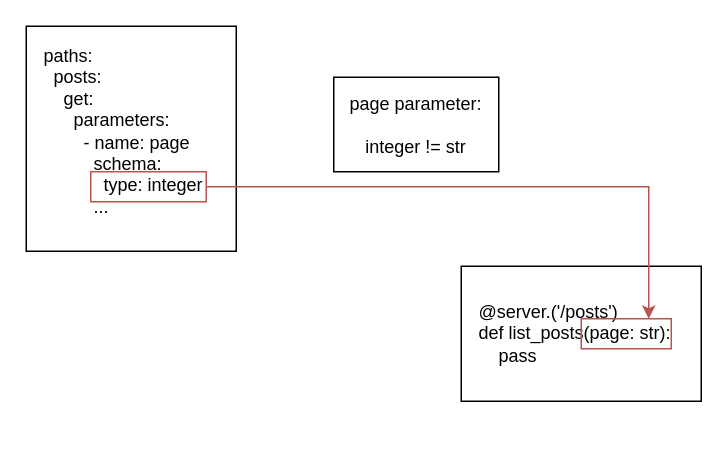
This is page "drift" (1 of 4) of relio.drawio from abunuwas/conferences-images, a draw.io file, before an edit. Source tidied: cells renumbered, new cells numbered last; positions are measured from the earlier drawing's top-left corner, leaving out a move shared by most shapes. Both pictures are drawn from the tidied source at 150%, with x=0, y=0 at pixel (26, 26).
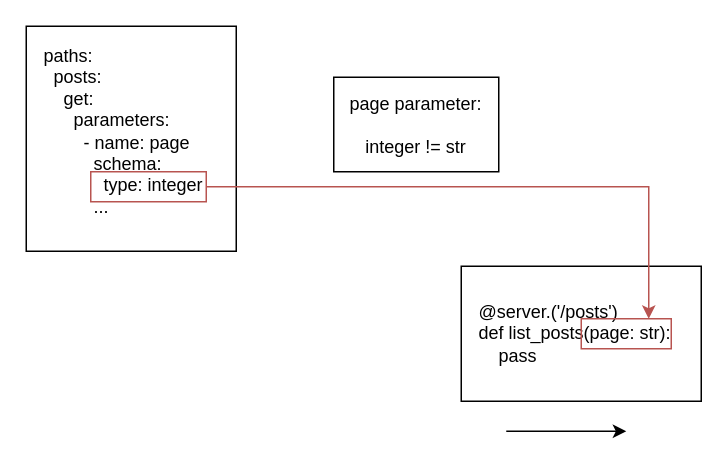
The same page after the edit.

What changed in the source:
```diff
@@
 <mxGraphModel>
   <root>
     <mxCell id="0" />
     <mxCell id="1" parent="0" />
     <mxCell id="2" style="rounded=0;whiteSpace=wrap;html=1;" parent="1" vertex="1">
       <mxGeometry x="290" y="160" width="160" height="90" as="geometry" />
     </mxCell>
     <mxCell id="3" style="rounded=0;whiteSpace=wrap;html=1;" parent="1" vertex="1">
       <mxGeometry width="140" height="150" as="geometry" />
     </mxCell>
     <mxCell id="4" value="@server.('/posts')&lt;br&gt;def list_posts(page: str):&lt;br&gt;&amp;nbsp; &amp;nbsp; pass" style="rounded=0;whiteSpace=wrap;html=1;align=left;strokeColor=none;" parent="1" vertex="1">
       <mxGeometry x="300" y="170" width="140" height="70" as="geometry" />
     </mxCell>
     <mxCell id="5" value="paths:&lt;br&gt;&amp;nbsp; posts:&lt;br&gt;&amp;nbsp; &amp;nbsp; get:&lt;br&gt;&amp;nbsp; &amp;nbsp; &amp;nbsp; parameters:&lt;br&gt;&amp;nbsp; &amp;nbsp; &amp;nbsp; &amp;nbsp; - name: page&lt;br&gt;&amp;nbsp; &amp;nbsp; &amp;nbsp; &amp;nbsp; &amp;nbsp; schema:&lt;br&gt;&amp;nbsp; &amp;nbsp; &amp;nbsp; &amp;nbsp; &amp;nbsp; &amp;nbsp; type: integer&lt;br&gt;&amp;nbsp; &amp;nbsp; &amp;nbsp; &amp;nbsp; &amp;nbsp; ..." style="rounded=0;whiteSpace=wrap;html=1;align=left;strokeColor=none;" parent="1" vertex="1">
       <mxGeometry x="10" y="10" width="110" height="120" as="geometry" />
     </mxCell>
     <mxCell id="6" style="edgeStyle=orthogonalEdgeStyle;rounded=0;jettySize=auto;html=1;entryX=0.75;entryY=0;entryDx=0;entryDy=0;fillColor=#f8cecc;strokeColor=#b85450;" parent="1" edge="1" source="7" target="8">
       <mxGeometry relative="1" as="geometry" />
     </mxCell>
     <mxCell id="7" style="rounded=0;whiteSpace=wrap;html=1;fillColor=none;strokeColor=#b85450;" parent="1" vertex="1">
       <mxGeometry x="43" y="97" width="77" height="20" as="geometry" />
     </mxCell>
     <mxCell id="8" style="rounded=0;whiteSpace=wrap;html=1;fillColor=none;strokeColor=#b85450;" parent="1" vertex="1">
       <mxGeometry x="370" y="195" width="60" height="20" as="geometry" />
     </mxCell>
     <mxCell id="9" value="page parameter:&lt;br&gt;&lt;br&gt;integer != str" style="rounded=0;whiteSpace=wrap;html=1;" parent="1" vertex="1">
       <mxGeometry x="205" y="34" width="110" height="63" as="geometry" />
     </mxCell>
+    <mxCell id="10" style="edgeStyle=none;orthogonalLoop=1;jettySize=auto;html=1;rounded=0;" parent="1" edge="1">
+      <mxGeometry relative="1" as="geometry">
+        <mxPoint x="320" y="270" as="sourcePoint" />
+        <mxPoint x="400" y="270" as="targetPoint" />
+      </mxGeometry>
+    </mxCell>
   </root>
 </mxGraphModel>
```
